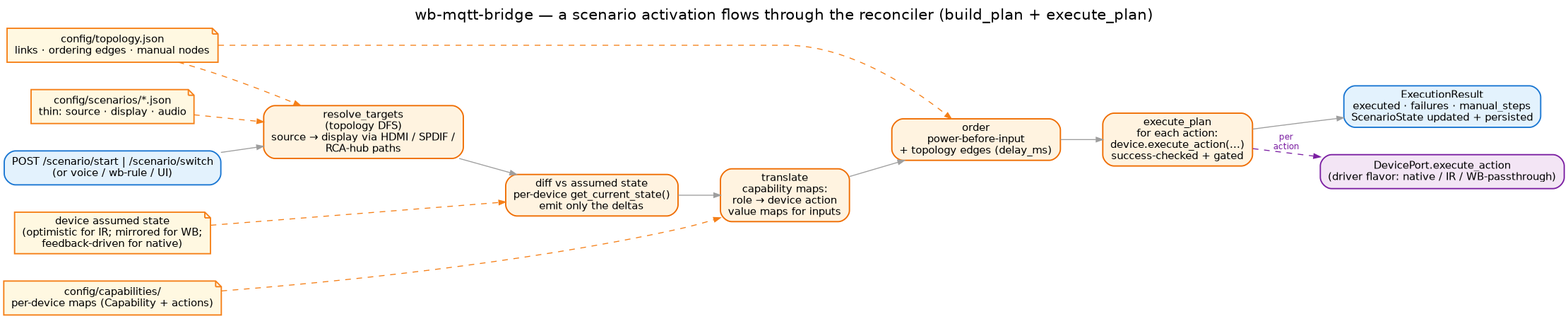
The Graphviz diagram docs/images/scenario-reconciler.png in droman42/wb-mqtt-bridge, before a commit. Its source is kept beside it as docs/images/scenario-reconciler.dot.
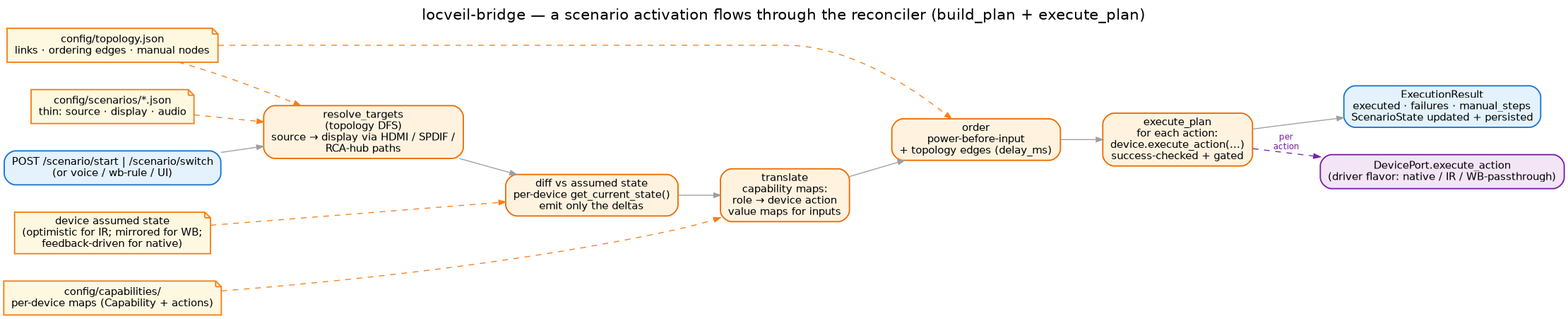
The same diagram one commit later.

The edit, as a diff of the source:
```diff
@@ -4,7 +4,7 @@
   splines=spline;
   nodesep=0.4; ranksep=0.6;
   fontname="Helvetica"; labelloc=t; fontsize=16;
-  label="wb-mqtt-bridge — a scenario activation flows through the reconciler (build_plan + execute_plan)";
+  label="locveil-bridge — a scenario activation flows through the reconciler (build_plan + execute_plan)";
 
   node [fontname="Helvetica", fontsize=11, shape=box, style="filled,rounded", penwidth=1.4];
   edge [fontname="Helvetica", fontsize=9, color="#9e9e9e", arrowsize=0.7];
```
